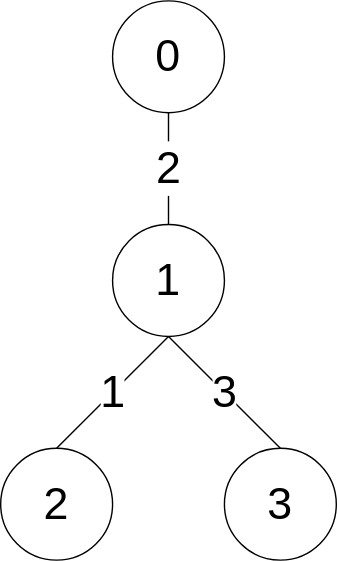
Above: lib/cpalgo/tree/tests/height_testcase1.drawio.svg in xirc/cp-algorithm (draw.io), before the change. Source tidied: cells renumbered, new cells last; positions are measured from the earlier drawing's top-left corner, leaving out a move shared by most shapes.
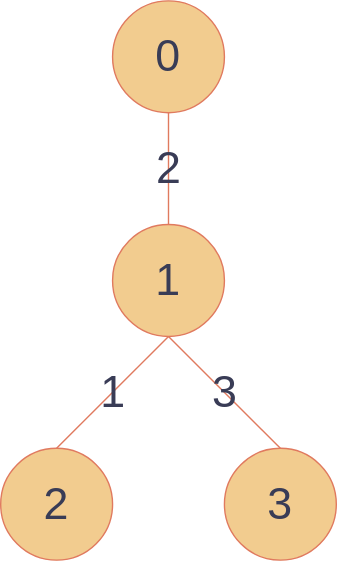
Later version of the same file.

Diff of the diagram source:
```diff
@@ -1,26 +1,26 @@
-<mxGraphModel>
+<mxGraphModel background="#FFFFFF">
   <root>
     <mxCell id="0" />
     <mxCell id="1" parent="0" />
-    <mxCell id="2" value="0" style="ellipse;whiteSpace=wrap;html=1;fontSize=32;" parent="1" vertex="1">
+    <mxCell id="2" value="0" style="ellipse;whiteSpace=wrap;html=1;fontSize=32;fillColor=#F2CC8F;strokeColor=#E07A5F;fontColor=#393C56;" parent="1" vertex="1">
       <mxGeometry x="80" width="80" height="80" as="geometry" />
     </mxCell>
-    <mxCell id="3" value="1" style="ellipse;whiteSpace=wrap;html=1;fontSize=32;" parent="1" vertex="1">
+    <mxCell id="3" value="1" style="ellipse;whiteSpace=wrap;html=1;fontSize=32;fillColor=#F2CC8F;strokeColor=#E07A5F;fontColor=#393C56;" parent="1" vertex="1">
       <mxGeometry x="80" y="160" width="80" height="80" as="geometry" />
     </mxCell>
-    <mxCell id="4" value="2" style="ellipse;whiteSpace=wrap;html=1;fontSize=32;" parent="1" vertex="1">
+    <mxCell id="4" value="2" style="ellipse;whiteSpace=wrap;html=1;fontSize=32;fillColor=#F2CC8F;strokeColor=#E07A5F;fontColor=#393C56;" parent="1" vertex="1">
       <mxGeometry y="320" width="80" height="80" as="geometry" />
     </mxCell>
-    <mxCell id="5" value="3" style="ellipse;whiteSpace=wrap;html=1;fontSize=32;" parent="1" vertex="1">
+    <mxCell id="5" value="3" style="ellipse;whiteSpace=wrap;html=1;fontSize=32;fillColor=#F2CC8F;strokeColor=#E07A5F;fontColor=#393C56;" parent="1" vertex="1">
       <mxGeometry x="160" y="320" width="80" height="80" as="geometry" />
     </mxCell>
-    <mxCell id="6" value="1" style="endArrow=none;html=1;exitX=0.5;exitY=0;exitDx=0;exitDy=0;entryX=0.5;entryY=1;entryDx=0;entryDy=0;fontSize=32;" parent="1" edge="1" source="4" target="3">
+    <mxCell id="6" value="1" style="endArrow=none;html=1;exitX=0.5;exitY=0;exitDx=0;exitDy=0;entryX=0.5;entryY=1;entryDx=0;entryDy=0;fontSize=32;labelBackgroundColor=none;strokeColor=#E07A5F;fontColor=#393C56;" parent="1" edge="1" source="4" target="3">
       <mxGeometry relative="1" as="geometry" />
     </mxCell>
-    <mxCell id="7" value="3" style="endArrow=none;html=1;exitX=0.5;exitY=0;exitDx=0;exitDy=0;entryX=0.5;entryY=1;entryDx=0;entryDy=0;fontSize=32;" parent="1" edge="1" source="5" target="3">
+    <mxCell id="7" value="3" style="endArrow=none;html=1;exitX=0.5;exitY=0;exitDx=0;exitDy=0;entryX=0.5;entryY=1;entryDx=0;entryDy=0;fontSize=32;labelBackgroundColor=none;strokeColor=#E07A5F;fontColor=#393C56;" parent="1" edge="1" source="5" target="3">
       <mxGeometry relative="1" as="geometry" />
     </mxCell>
-    <mxCell id="8" value="2" style="endArrow=none;html=1;exitX=0.5;exitY=0;exitDx=0;exitDy=0;entryX=0.5;entryY=1;entryDx=0;entryDy=0;fontSize=32;" parent="1" edge="1" source="3" target="2">
+    <mxCell id="8" value="2" style="endArrow=none;html=1;exitX=0.5;exitY=0;exitDx=0;exitDy=0;entryX=0.5;entryY=1;entryDx=0;entryDy=0;fontSize=32;labelBackgroundColor=none;strokeColor=#E07A5F;fontColor=#393C56;" parent="1" edge="1" source="3" target="2">
       <mxGeometry relative="1" as="geometry" />
     </mxCell>
   </root>
```
